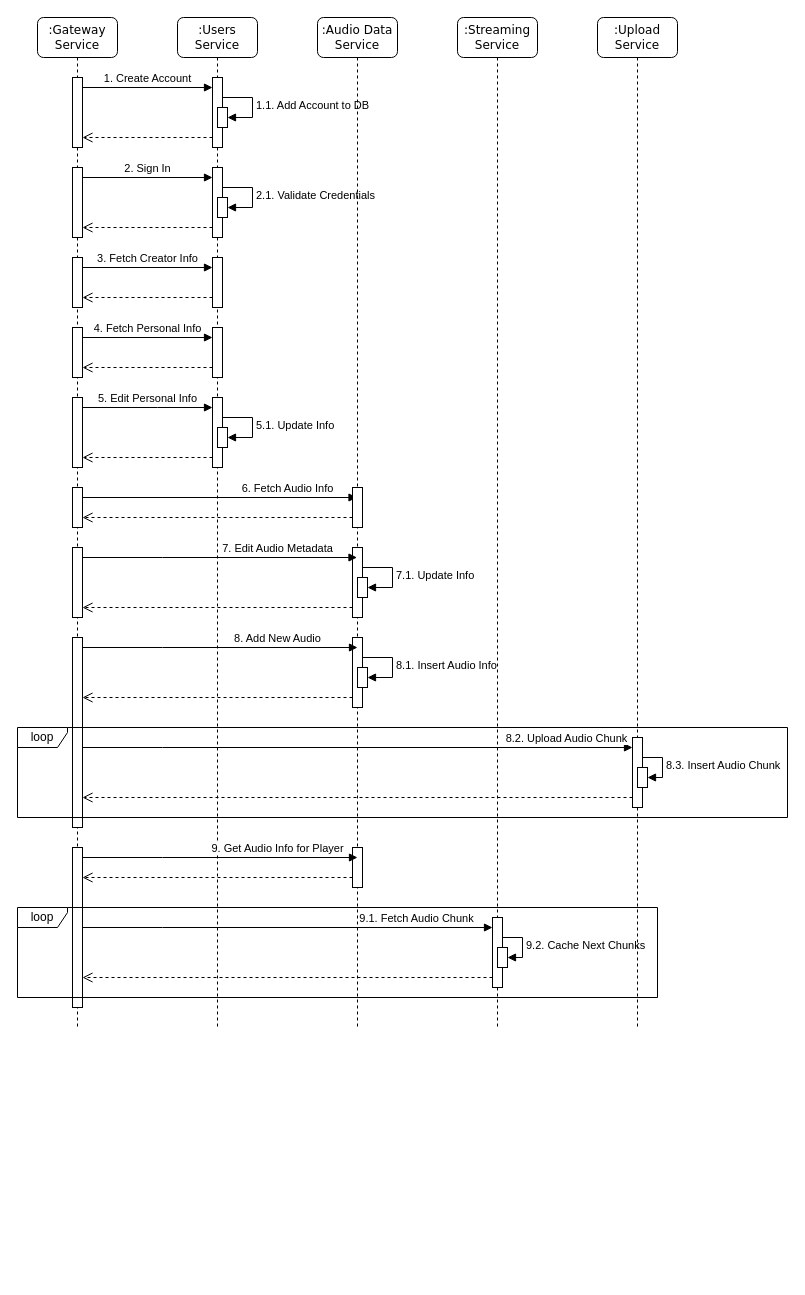
Earlier version of the draw.io diagram Diagrams/sequence.drawio (WardZid/AudioWave). Source tidied: cells renumbered, new cells numbered last; positions are measured from the earlier drawing's top-left corner, leaving out a move shared by most shapes. Both pictures are drawn from the tidied source at 100%, with x=0, y=0 at pixel (17, 17).
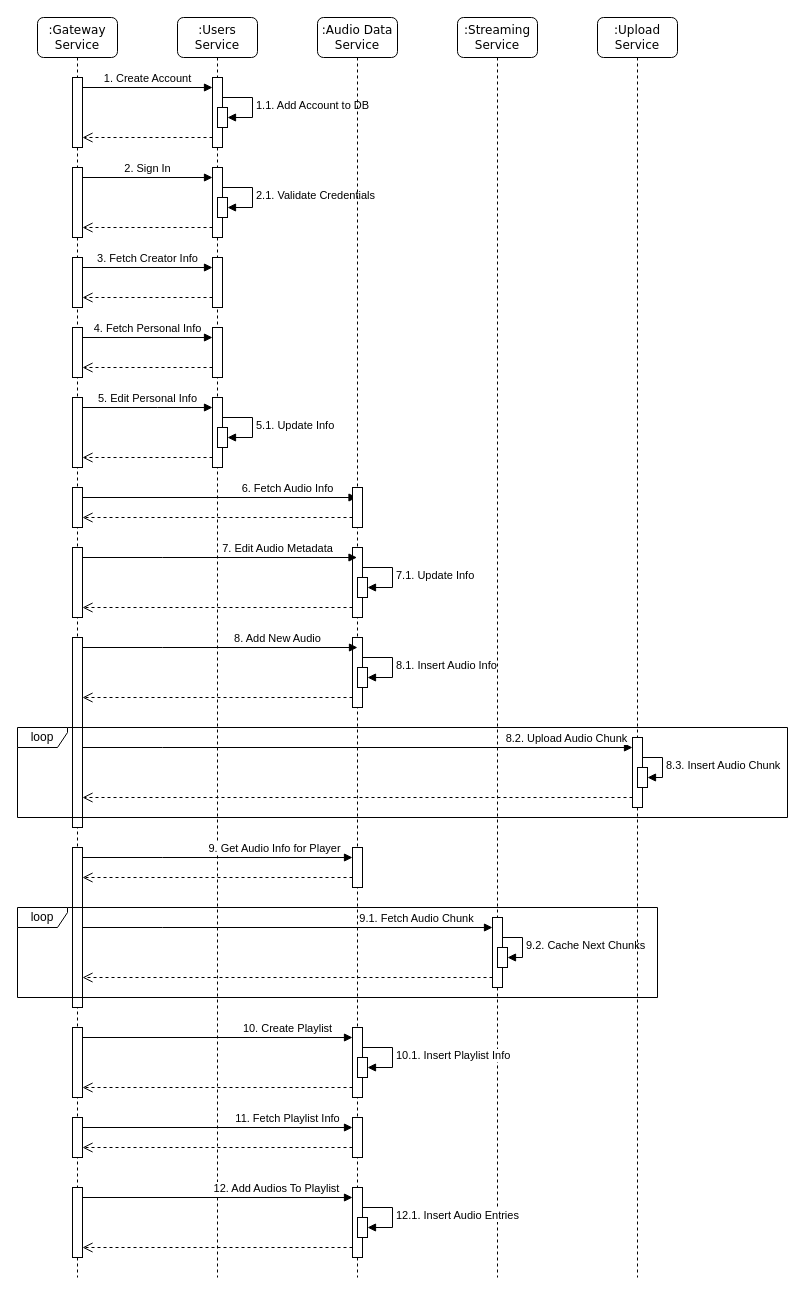
Above is the later version.

Unchanged cells that the change refers to:
```xml
<mxCell id="58" style="html=1;points=[[0,0,0,0,5],[0,1,0,0,-5],[1,0,0,0,5],[1,1,0,0,-5]];perimeter=orthogonalPerimeter;outlineConnect=0;targetShapes=umlLifeline;portConstraint=eastwest;newEdgeStyle={&quot;curved&quot;:0,&quot;rounded&quot;:0};" parent="1" vertex="1">
  <mxGeometry x="55" y="830" width="10" height="160" as="geometry" />
</mxCell>
<mxCell id="61" style="html=1;points=[[0,0,0,0,5],[0,1,0,0,-5],[1,0,0,0,5],[1,1,0,0,-5]];perimeter=orthogonalPerimeter;outlineConnect=0;targetShapes=umlLifeline;portConstraint=eastwest;newEdgeStyle={&quot;curved&quot;:0,&quot;rounded&quot;:0};" parent="1" vertex="1">
  <mxGeometry x="335" y="830" width="10" height="40" as="geometry" />
</mxCell>
```

Change to the diagram source:
```diff
@@
     <mxCell id="2" value=":Gateway Service" style="shape=umlLifeline;perimeter=lifelinePerimeter;whiteSpace=wrap;html=1;rounded=1;shadow=0;comic=0;labelBackgroundColor=none;strokeWidth=1;fontFamily=Verdana;fontSize=12;align=center;" parent="1" vertex="1">
-      <mxGeometry x="20" width="80" height="1010" as="geometry" />
+      <mxGeometry x="20" width="80" height="1260" as="geometry" />
     </mxCell>
@@
+    <mxCell id="65" style="html=1;points=[[0,0,0,0,5],[0,1,0,0,-5],[1,0,0,0,5],[1,1,0,0,-5]];perimeter=orthogonalPerimeter;outlineConnect=0;targetShapes=umlLifeline;portConstraint=eastwest;newEdgeStyle={&quot;curved&quot;:0,&quot;rounded&quot;:0};" parent="2" vertex="1">
+      <mxGeometry x="35" y="1010" width="10" height="70" as="geometry" />
+    </mxCell>
     <mxCell id="17" value=":Users Service" style="shape=umlLifeline;perimeter=lifelinePerimeter;whiteSpace=wrap;html=1;rounded=1;shadow=0;comic=0;labelBackgroundColor=none;strokeWidth=1;fontFamily=Verdana;fontSize=12;align=center;" parent="1" vertex="1">
-      <mxGeometry x="160" width="80" height="1010" as="geometry" />
+      <mxGeometry x="160" width="80" height="1260" as="geometry" />
     </mxCell>
@@
+    <mxCell id="66" style="html=1;verticalAlign=bottom;endArrow=open;dashed=1;endSize=8;curved=0;rounded=0;" parent="17" edge="1">
+      <mxGeometry relative="1" as="geometry">
+        <mxPoint x="175" y="1070" as="sourcePoint" />
+        <mxPoint x="-95" y="1070" as="targetPoint" />
+      </mxGeometry>
+    </mxCell>
     <mxCell id="31" value=":Streaming Service" style="shape=umlLifeline;perimeter=lifelinePerimeter;whiteSpace=wrap;html=1;rounded=1;shadow=0;comic=0;labelBackgroundColor=none;strokeWidth=1;fontFamily=Verdana;fontSize=12;align=center;" parent="1" vertex="1">
-      <mxGeometry x="440" width="80" height="1010" as="geometry" />
+      <mxGeometry x="440" width="80" height="1260" as="geometry" />
     </mxCell>
@@
     <mxCell id="35" value=":Upload Service" style="shape=umlLifeline;perimeter=lifelinePerimeter;whiteSpace=wrap;html=1;rounded=1;shadow=0;comic=0;labelBackgroundColor=none;strokeWidth=1;fontFamily=Verdana;fontSize=12;align=center;" parent="1" vertex="1">
-      <mxGeometry x="580" width="80" height="1010" as="geometry" />
+      <mxGeometry x="580" width="80" height="1260" as="geometry" />
     </mxCell>
@@
     <mxCell id="41" value=":Audio Data Service" style="shape=umlLifeline;perimeter=lifelinePerimeter;whiteSpace=wrap;html=1;outlineConnect=0;rounded=1;shadow=0;comic=0;labelBackgroundColor=none;strokeWidth=1;fontFamily=Verdana;fontSize=12;align=center;" parent="1" vertex="1">
-      <mxGeometry x="300" width="80" height="1010" as="geometry" />
+      <mxGeometry x="300" width="80" height="1260" as="geometry" />
     </mxCell>
@@
+    <mxCell id="67" style="html=1;points=[[0,0,0,0,5],[0,1,0,0,-5],[1,0,0,0,5],[1,1,0,0,-5]];perimeter=orthogonalPerimeter;outlineConnect=0;targetShapes=umlLifeline;portConstraint=eastwest;newEdgeStyle={&quot;curved&quot;:0,&quot;rounded&quot;:0};" parent="41" vertex="1">
+      <mxGeometry x="35" y="1010" width="10" height="70" as="geometry" />
+    </mxCell>
+    <mxCell id="68" value="&lt;font style=&quot;font-size: 11px;&quot;&gt;10.1. Insert Playlist Info&lt;/font&gt;" style="html=1;align=left;spacingLeft=2;endArrow=block;rounded=0;edgeStyle=orthogonalEdgeStyle;curved=0;rounded=0;" parent="41" edge="1" source="67" target="69">
+      <mxGeometry relative="1" as="geometry">
+        <Array as="points">
+          <mxPoint x="75" y="1030" />
+          <mxPoint x="75" y="1050" />
+        </Array>
+      </mxGeometry>
+    </mxCell>
+    <mxCell id="69" style="html=1;points=[[0,0,0,0,5],[0,1,0,0,-5],[1,0,0,0,5],[1,1,0,0,-5]];perimeter=orthogonalPerimeter;outlineConnect=0;targetShapes=umlLifeline;portConstraint=eastwest;newEdgeStyle={&quot;curved&quot;:0,&quot;rounded&quot;:0};" parent="41" vertex="1">
+      <mxGeometry x="40" y="1040" width="10" height="20" as="geometry" />
+    </mxCell>
+    <mxCell id="70" style="html=1;verticalAlign=bottom;endArrow=open;dashed=1;endSize=8;curved=0;rounded=0;" parent="41" edge="1">
+      <mxGeometry relative="1" as="geometry">
+        <mxPoint x="35" y="1130" as="sourcePoint" />
+        <mxPoint x="-235" y="1130" as="targetPoint" />
+      </mxGeometry>
+    </mxCell>
@@
-    <mxCell id="63" value="9. Get Audio Info for Player" style="html=1;verticalAlign=bottom;endArrow=block;curved=0;rounded=0;" parent="1" edge="1" source="58">
+    <mxCell id="63" value="9. Get Audio Info for Player" style="html=1;verticalAlign=bottom;endArrow=block;curved=0;rounded=0;" parent="1" edge="1" source="58" target="61">
       <mxGeometry x="0.42" relative="1" as="geometry">
-        <mxPoint x="340" y="840" as="targetPoint" />
         <Array as="points">
           <mxPoint x="145" y="840" />
         </Array>
       </mxGeometry>
     </mxCell>
@@
+    <mxCell id="71" value="10. Create Playlist" style="html=1;verticalAlign=bottom;endArrow=block;curved=0;rounded=0;" parent="1" edge="1" source="65" target="67">
+      <mxGeometry x="0.52" relative="1" as="geometry">
+        <Array as="points">
+          <mxPoint x="147.5" y="1020" />
+        </Array>
+      </mxGeometry>
+    </mxCell>
+    <mxCell id="72" style="html=1;points=[[0,0,0,0,5],[0,1,0,0,-5],[1,0,0,0,5],[1,1,0,0,-5]];perimeter=orthogonalPerimeter;outlineConnect=0;targetShapes=umlLifeline;portConstraint=eastwest;newEdgeStyle={&quot;curved&quot;:0,&quot;rounded&quot;:0};" parent="1" vertex="1">
+      <mxGeometry x="55" y="1100" width="10" height="40" as="geometry" />
+    </mxCell>
+    <mxCell id="73" style="html=1;points=[[0,0,0,0,5],[0,1,0,0,-5],[1,0,0,0,5],[1,1,0,0,-5]];perimeter=orthogonalPerimeter;outlineConnect=0;targetShapes=umlLifeline;portConstraint=eastwest;newEdgeStyle={&quot;curved&quot;:0,&quot;rounded&quot;:0};" parent="1" vertex="1">
+      <mxGeometry x="335" y="1100" width="10" height="40" as="geometry" />
+    </mxCell>
+    <mxCell id="74" value="11. Fetch Playlist Info" style="html=1;verticalAlign=bottom;endArrow=block;curved=0;rounded=0;" parent="1" edge="1" source="72" target="73">
+      <mxGeometry x="0.52" relative="1" as="geometry">
+        <Array as="points">
+          <mxPoint x="147.5" y="1110" />
+        </Array>
+      </mxGeometry>
+    </mxCell>
+    <mxCell id="75" style="html=1;points=[[0,0,0,0,5],[0,1,0,0,-5],[1,0,0,0,5],[1,1,0,0,-5]];perimeter=orthogonalPerimeter;outlineConnect=0;targetShapes=umlLifeline;portConstraint=eastwest;newEdgeStyle={&quot;curved&quot;:0,&quot;rounded&quot;:0};" parent="1" vertex="1">
+      <mxGeometry x="55" y="1170" width="10" height="70" as="geometry" />
+    </mxCell>
+    <mxCell id="76" style="html=1;verticalAlign=bottom;endArrow=open;dashed=1;endSize=8;curved=0;rounded=0;" parent="1" edge="1">
+      <mxGeometry relative="1" as="geometry">
+        <mxPoint x="335" y="1230" as="sourcePoint" />
+        <mxPoint x="65" y="1230" as="targetPoint" />
+      </mxGeometry>
+    </mxCell>
+    <mxCell id="77" style="html=1;points=[[0,0,0,0,5],[0,1,0,0,-5],[1,0,0,0,5],[1,1,0,0,-5]];perimeter=orthogonalPerimeter;outlineConnect=0;targetShapes=umlLifeline;portConstraint=eastwest;newEdgeStyle={&quot;curved&quot;:0,&quot;rounded&quot;:0};" parent="1" vertex="1">
+      <mxGeometry x="335" y="1170" width="10" height="70" as="geometry" />
+    </mxCell>
+    <mxCell id="78" value="&lt;font style=&quot;font-size: 11px;&quot;&gt;12.1. Insert Audio&lt;/font&gt;&amp;nbsp;Entries" style="html=1;align=left;spacingLeft=2;endArrow=block;rounded=0;edgeStyle=orthogonalEdgeStyle;curved=0;rounded=0;" parent="1" edge="1" source="77" target="79">
+      <mxGeometry relative="1" as="geometry">
+        <Array as="points">
+          <mxPoint x="375" y="1190" />
+          <mxPoint x="375" y="1210" />
+        </Array>
+      </mxGeometry>
+    </mxCell>
+    <mxCell id="79" style="html=1;points=[[0,0,0,0,5],[0,1,0,0,-5],[1,0,0,0,5],[1,1,0,0,-5]];perimeter=orthogonalPerimeter;outlineConnect=0;targetShapes=umlLifeline;portConstraint=eastwest;newEdgeStyle={&quot;curved&quot;:0,&quot;rounded&quot;:0};" parent="1" vertex="1">
+      <mxGeometry x="340" y="1200" width="10" height="20" as="geometry" />
+    </mxCell>
+    <mxCell id="80" value="12. Add Audios To Playlist" style="html=1;verticalAlign=bottom;endArrow=block;curved=0;rounded=0;" parent="1" edge="1" source="75" target="77">
+      <mxGeometry x="0.44" relative="1" as="geometry">
+        <Array as="points">
+          <mxPoint x="147.5" y="1180" />
+        </Array>
+      </mxGeometry>
+    </mxCell>
```
